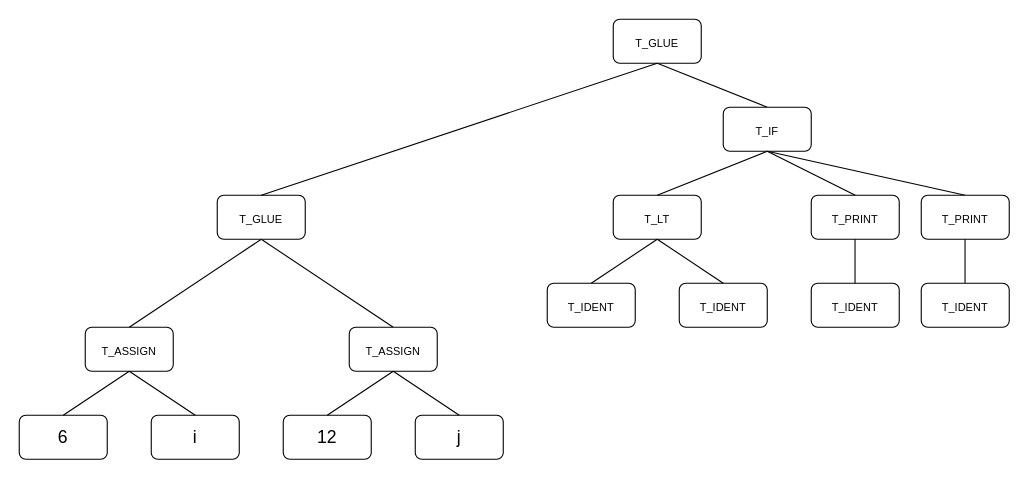
Above: acwj.drawio in stanwon/diagrams (draw.io), before the change. Source tidied: cells renumbered, new cells numbered last; positions are measured from the earlier drawing's top-left corner, leaving out a move shared by most shapes. Both pictures are drawn from the tidied source at 110%, with x=0, y=0 at pixel (19, 19).
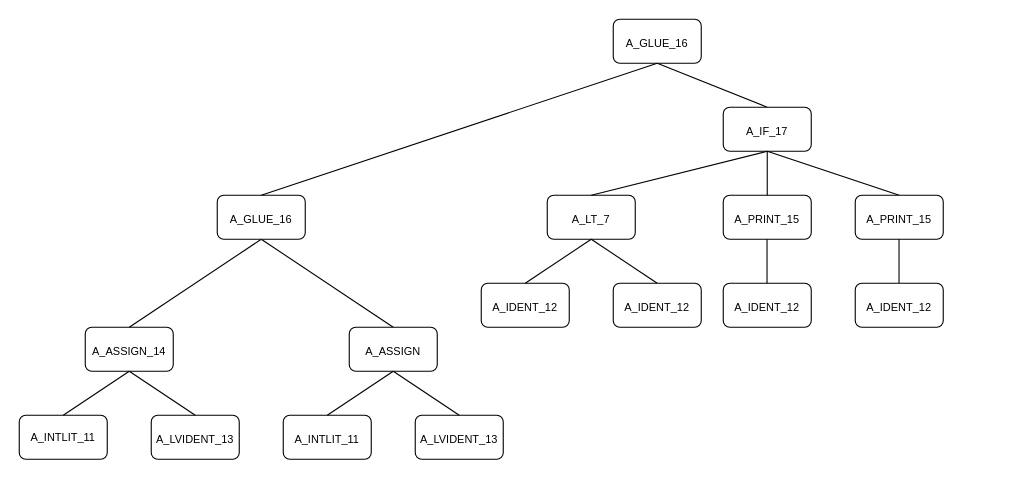
The same page after the edit.

What changed in the source:
```diff
@@
-    <mxCell id="2" value="6" style="rounded=1;whiteSpace=wrap;html=1;fontSize=16;" parent="1" vertex="1">
+    <mxCell id="2" value="A_INTLIT_11" style="rounded=1;whiteSpace=wrap;html=1;fontSize=10;align=center;verticalAlign=middle;" parent="1" vertex="1">
       <mxGeometry y="360" width="80" height="40" as="geometry" />
     </mxCell>
-    <mxCell id="3" value="i" style="rounded=1;whiteSpace=wrap;html=1;fontSize=16;" parent="1" vertex="1">
+    <mxCell id="3" value="&lt;font style=&quot;font-size: 10px;&quot;&gt;A_LVIDENT_13&lt;/font&gt;" style="rounded=1;whiteSpace=wrap;html=1;fontSize=16;align=center;" parent="1" vertex="1">
       <mxGeometry x="120" y="360" width="80" height="40" as="geometry" />
     </mxCell>
-    <mxCell id="4" value="&lt;font style=&quot;font-size: 10px;&quot;&gt;T_ASSIGN&lt;/font&gt;" style="rounded=1;whiteSpace=wrap;html=1;fontSize=16;" parent="1" vertex="1">
+    <mxCell id="4" value="&lt;font style=&quot;font-size: 10px;&quot;&gt;A_ASSIGN_14&lt;/font&gt;" style="rounded=1;whiteSpace=wrap;html=1;fontSize=16;" parent="1" vertex="1">
       <mxGeometry x="60" y="280" width="80" height="40" as="geometry" />
     </mxCell>
-    <mxCell id="5" style="endArrow=none;html=1;rounded=0;fontSize=12;startSize=8;endSize=8;edgeStyle=none;curved=1;entryX=0.5;entryY=0;entryDx=0;entryDy=0;exitX=0.5;exitY=1;exitDx=0;exitDy=0;" parent="1" edge="1" source="4" target="3">
+    <mxCell id="5" style="endArrow=none;html=1;rounded=1;fontSize=12;startSize=8;endSize=8;edgeStyle=none;curved=1;entryX=0.5;entryY=0;entryDx=0;entryDy=0;exitX=0.5;exitY=1;exitDx=0;exitDy=0;" parent="1" edge="1" source="4" target="3">
       <mxGeometry relative="1" as="geometry" />
     </mxCell>
-    <mxCell id="6" style="endArrow=none;html=1;rounded=0;fontSize=12;startSize=8;endSize=8;edgeStyle=none;curved=1;entryX=0.5;entryY=1;entryDx=0;entryDy=0;" parent="1" edge="1" target="10">
+    <mxCell id="6" style="endArrow=none;html=1;rounded=1;fontSize=12;startSize=8;endSize=8;edgeStyle=none;curved=1;entryX=0.5;entryY=1;entryDx=0;entryDy=0;" parent="1" edge="1" target="10">
       <mxGeometry relative="1" as="geometry">
         <mxPoint x="100" y="280" as="sourcePoint" />
       </mxGeometry>
     </mxCell>
-    <mxCell id="7" value="12" style="rounded=1;whiteSpace=wrap;html=1;fontSize=16;" parent="1" vertex="1">
+    <mxCell id="7" value="&lt;font style=&quot;font-size: 10px;&quot;&gt;A_INTLIT_11&lt;/font&gt;" style="rounded=1;whiteSpace=wrap;html=1;fontSize=16;" parent="1" vertex="1">
       <mxGeometry x="240" y="360" width="80" height="40" as="geometry" />
     </mxCell>
-    <mxCell id="8" style="endArrow=none;html=1;rounded=0;fontSize=12;startSize=8;endSize=8;edgeStyle=none;curved=1;entryX=0.5;entryY=0;entryDx=0;entryDy=0;" parent="1" edge="1">
+    <mxCell id="8" style="endArrow=none;html=1;rounded=1;fontSize=12;startSize=8;endSize=8;edgeStyle=none;curved=1;entryX=0.5;entryY=0;entryDx=0;entryDy=0;" parent="1" edge="1">
       <mxGeometry relative="1" as="geometry">
         <mxPoint x="220" y="200" as="sourcePoint" />
         <mxPoint x="340" y="280" as="targetPoint" />
       </mxGeometry>
     </mxCell>
-    <mxCell id="9" style="endArrow=none;html=1;rounded=0;fontSize=12;startSize=8;endSize=8;edgeStyle=none;curved=1;exitX=0.5;exitY=0;exitDx=0;exitDy=0;" parent="1" edge="1" source="2">
+    <mxCell id="9" style="endArrow=none;html=1;rounded=1;fontSize=12;startSize=8;endSize=8;edgeStyle=none;curved=1;exitX=0.5;exitY=0;exitDx=0;exitDy=0;" parent="1" edge="1" source="2">
       <mxGeometry relative="1" as="geometry">
         <mxPoint x="100" y="320" as="targetPoint" />
       </mxGeometry>
     </mxCell>
-    <mxCell id="10" value="&lt;span style=&quot;font-size: 10px;&quot;&gt;T_GLUE&lt;/span&gt;" style="rounded=1;whiteSpace=wrap;html=1;fontSize=16;" parent="1" vertex="1">
+    <mxCell id="10" value="&lt;span style=&quot;font-size: 10px;&quot;&gt;A_GLUE_16&lt;/span&gt;" style="rounded=1;whiteSpace=wrap;html=1;fontSize=16;" parent="1" vertex="1">
       <mxGeometry x="180" y="160" width="80" height="40" as="geometry" />
     </mxCell>
-    <mxCell id="11" value="&lt;font style=&quot;font-size: 10px;&quot;&gt;T_ASSIGN&lt;/font&gt;" style="rounded=1;whiteSpace=wrap;html=1;fontSize=16;" parent="1" vertex="1">
+    <mxCell id="11" value="&lt;font style=&quot;font-size: 10px;&quot;&gt;A_ASSIGN&lt;/font&gt;" style="rounded=1;whiteSpace=wrap;html=1;fontSize=16;" parent="1" vertex="1">
       <mxGeometry x="300" y="280" width="80" height="40" as="geometry" />
     </mxCell>
-    <mxCell id="12" style="endArrow=none;html=1;rounded=0;fontSize=12;startSize=8;endSize=8;edgeStyle=none;curved=1;exitX=0.5;exitY=0;exitDx=0;exitDy=0;" parent="1" edge="1">
+    <mxCell id="12" style="endArrow=none;html=1;rounded=1;fontSize=12;startSize=8;endSize=8;edgeStyle=none;curved=1;exitX=0.5;exitY=0;exitDx=0;exitDy=0;" parent="1" edge="1">
       <mxGeometry relative="1" as="geometry">
         <mxPoint x="280" y="360" as="sourcePoint" />
         <mxPoint x="340" y="320" as="targetPoint" />
       </mxGeometry>
     </mxCell>
-    <mxCell id="13" value="j" style="rounded=1;whiteSpace=wrap;html=1;fontSize=16;" parent="1" vertex="1">
+    <mxCell id="13" value="&lt;font style=&quot;font-size: 10px;&quot;&gt;A_LVIDENT_13&lt;/font&gt;" style="rounded=1;whiteSpace=wrap;html=1;fontSize=16;" parent="1" vertex="1">
       <mxGeometry x="360" y="360" width="80" height="40" as="geometry" />
     </mxCell>
-    <mxCell id="14" style="endArrow=none;html=1;rounded=0;fontSize=12;startSize=8;endSize=8;edgeStyle=none;curved=1;entryX=0.5;entryY=0;entryDx=0;entryDy=0;exitX=0.5;exitY=1;exitDx=0;exitDy=0;" parent="1" edge="1">
+    <mxCell id="14" style="endArrow=none;html=1;rounded=1;fontSize=12;startSize=8;endSize=8;edgeStyle=none;curved=1;entryX=0.5;entryY=0;entryDx=0;entryDy=0;exitX=0.5;exitY=1;exitDx=0;exitDy=0;" parent="1" edge="1">
       <mxGeometry relative="1" as="geometry">
         <mxPoint x="340" y="320" as="sourcePoint" />
         <mxPoint x="400" y="360" as="targetPoint" />
       </mxGeometry>
     </mxCell>
-    <mxCell id="15" value="&lt;span style=&quot;font-size: 10px;&quot;&gt;T_GLUE&lt;/span&gt;" style="rounded=1;whiteSpace=wrap;html=1;fontSize=16;" parent="1" vertex="1">
+    <mxCell id="15" value="&lt;span style=&quot;font-size: 10px;&quot;&gt;A_GLUE_16&lt;/span&gt;" style="rounded=1;whiteSpace=wrap;html=1;fontSize=16;" parent="1" vertex="1">
       <mxGeometry x="540" width="80" height="40" as="geometry" />
     </mxCell>
-    <mxCell id="16" style="endArrow=none;html=1;rounded=0;fontSize=12;startSize=8;endSize=8;edgeStyle=none;curved=1;entryX=0.5;entryY=1;entryDx=0;entryDy=0;exitX=0.5;exitY=0;exitDx=0;exitDy=0;" parent="1" edge="1" source="10" target="15">
+    <mxCell id="16" style="endArrow=none;html=1;rounded=1;fontSize=12;startSize=8;endSize=8;edgeStyle=none;curved=1;entryX=0.5;entryY=1;entryDx=0;entryDy=0;exitX=0.5;exitY=0;exitDx=0;exitDy=0;" parent="1" edge="1" source="10" target="15">
       <mxGeometry relative="1" as="geometry" />
     </mxCell>
-    <mxCell id="17" style="endArrow=none;html=1;rounded=0;fontSize=12;startSize=8;endSize=8;edgeStyle=none;curved=1;entryX=0.5;entryY=0;entryDx=0;entryDy=0;exitX=0.5;exitY=1;exitDx=0;exitDy=0;" parent="1" edge="1" source="15" target="18">
+    <mxCell id="17" style="endArrow=none;html=1;rounded=1;fontSize=12;startSize=8;endSize=8;edgeStyle=none;curved=1;entryX=0.5;entryY=0;entryDx=0;entryDy=0;exitX=0.5;exitY=1;exitDx=0;exitDy=0;" parent="1" edge="1" source="15" target="18">
       <mxGeometry relative="1" as="geometry" />
     </mxCell>
-    <mxCell id="18" value="&lt;span style=&quot;font-size: 10px;&quot;&gt;T_IF&lt;/span&gt;" style="rounded=1;whiteSpace=wrap;html=1;fontSize=16;" parent="1" vertex="1">
+    <mxCell id="18" value="&lt;span style=&quot;font-size: 10px;&quot;&gt;A_IF_17&lt;/span&gt;" style="rounded=1;whiteSpace=wrap;html=1;fontSize=16;" parent="1" vertex="1">
       <mxGeometry x="640" y="80" width="80" height="40" as="geometry" />
     </mxCell>
-    <mxCell id="19" value="&lt;span style=&quot;font-size: 10px;&quot;&gt;T_LT&lt;/span&gt;" style="rounded=1;whiteSpace=wrap;html=1;fontSize=16;" parent="1" vertex="1">
-      <mxGeometry x="540" y="160" width="80" height="40" as="geometry" />
+    <mxCell id="19" value="&lt;span style=&quot;font-size: 10px;&quot;&gt;A_LT_7&lt;/span&gt;" style="rounded=1;whiteSpace=wrap;html=1;fontSize=16;" parent="1" vertex="1">
+      <mxGeometry x="480" y="160" width="80" height="40" as="geometry" />
     </mxCell>
-    <mxCell id="20" value="&lt;font style=&quot;font-size: 10px;&quot;&gt;T_PRINT&lt;/font&gt;" style="rounded=1;whiteSpace=wrap;html=1;fontSize=16;" parent="1" vertex="1">
-      <mxGeometry x="720" y="160" width="80" height="40" as="geometry" />
+    <mxCell id="20" value="&lt;font style=&quot;font-size: 10px;&quot;&gt;A_PRINT_15&lt;/font&gt;" style="rounded=1;whiteSpace=wrap;html=1;fontSize=16;" parent="1" vertex="1">
+      <mxGeometry x="640" y="160" width="80" height="40" as="geometry" />
     </mxCell>
-    <mxCell id="21" style="endArrow=none;html=1;rounded=0;fontSize=12;startSize=8;endSize=8;edgeStyle=none;curved=1;entryX=0.5;entryY=1;entryDx=0;entryDy=0;exitX=0.5;exitY=0;exitDx=0;exitDy=0;" parent="1" edge="1" source="19">
+    <mxCell id="21" style="endArrow=none;html=1;rounded=1;fontSize=12;startSize=8;endSize=8;edgeStyle=none;curved=1;entryX=0.5;entryY=1;entryDx=0;entryDy=0;exitX=0.5;exitY=0;exitDx=0;exitDy=0;" parent="1" edge="1" source="19">
       <mxGeometry relative="1" as="geometry">
         <mxPoint x="680" y="120" as="targetPoint" />
       </mxGeometry>
     </mxCell>
-    <mxCell id="22" style="endArrow=none;html=1;rounded=0;fontSize=12;startSize=8;endSize=8;edgeStyle=none;curved=1;exitX=0.5;exitY=0;exitDx=0;exitDy=0;" parent="1" edge="1" source="20">
+    <mxCell id="22" style="endArrow=none;html=1;rounded=1;fontSize=12;startSize=8;endSize=8;edgeStyle=none;curved=1;exitX=0.5;exitY=0;exitDx=0;exitDy=0;" parent="1" edge="1" source="20">
       <mxGeometry relative="1" as="geometry">
         <mxPoint x="680" y="120" as="targetPoint" />
       </mxGeometry>
     </mxCell>
-    <mxCell id="23" style="endArrow=none;html=1;rounded=0;fontSize=12;startSize=8;endSize=8;edgeStyle=none;curved=1;entryX=0.5;entryY=1;entryDx=0;entryDy=0;exitX=0.5;exitY=0;exitDx=0;exitDy=0;" parent="1" edge="1" source="26" target="18">
+    <mxCell id="23" style="endArrow=none;html=1;rounded=1;fontSize=12;startSize=8;endSize=8;edgeStyle=none;curved=1;entryX=0.5;entryY=1;entryDx=0;entryDy=0;exitX=0.5;exitY=0;exitDx=0;exitDy=0;" parent="1" edge="1" source="26" target="18">
       <mxGeometry relative="1" as="geometry" />
     </mxCell>
-    <mxCell id="24" value="&lt;font style=&quot;font-size: 10px;&quot;&gt;T_IDENT&lt;/font&gt;" style="rounded=1;whiteSpace=wrap;html=1;fontSize=16;" parent="1" vertex="1">
-      <mxGeometry x="720" y="240" width="80" height="40" as="geometry" />
+    <mxCell id="24" value="&lt;font style=&quot;font-size: 10px;&quot;&gt;A_IDENT_12&lt;/font&gt;" style="rounded=1;whiteSpace=wrap;html=1;fontSize=16;" parent="1" vertex="1">
+      <mxGeometry x="640" y="240" width="80" height="40" as="geometry" />
     </mxCell>
-    <mxCell id="25" style="endArrow=none;html=1;rounded=0;fontSize=12;startSize=8;endSize=8;edgeStyle=none;curved=1;" parent="1" edge="1">
+    <mxCell id="25" style="endArrow=none;html=1;rounded=1;fontSize=12;startSize=8;endSize=8;edgeStyle=none;curved=1;" parent="1" edge="1">
       <mxGeometry relative="1" as="geometry">
-        <mxPoint x="759.8" y="240" as="sourcePoint" />
-        <mxPoint x="759.8" y="200" as="targetPoint" />
+        <mxPoint x="679.8" y="240" as="sourcePoint" />
+        <mxPoint x="679.8" y="200" as="targetPoint" />
       </mxGeometry>
     </mxCell>
-    <mxCell id="26" value="&lt;font style=&quot;font-size: 10px;&quot;&gt;T_PRINT&lt;/font&gt;" style="rounded=1;whiteSpace=wrap;html=1;fontSize=16;" parent="1" vertex="1">
-      <mxGeometry x="820" y="160" width="80" height="40" as="geometry" />
+    <mxCell id="26" value="&lt;font style=&quot;font-size: 10px;&quot;&gt;A_PRINT_15&lt;/font&gt;" style="rounded=1;whiteSpace=wrap;html=1;fontSize=16;" parent="1" vertex="1">
+      <mxGeometry x="760" y="160" width="80" height="40" as="geometry" />
     </mxCell>
-    <mxCell id="27" style="endArrow=none;html=1;rounded=0;fontSize=12;startSize=8;endSize=8;edgeStyle=none;curved=1;" parent="1" edge="1">
+    <mxCell id="27" style="endArrow=none;html=1;rounded=1;fontSize=12;startSize=8;endSize=8;edgeStyle=none;curved=1;" parent="1" edge="1">
       <mxGeometry relative="1" as="geometry">
-        <mxPoint x="859.8" y="240" as="sourcePoint" />
-        <mxPoint x="859.8" y="200" as="targetPoint" />
+        <mxPoint x="799.8" y="240" as="sourcePoint" />
+        <mxPoint x="799.8" y="200" as="targetPoint" />
       </mxGeometry>
     </mxCell>
-    <mxCell id="28" value="&lt;font style=&quot;font-size: 10px;&quot;&gt;T_IDENT&lt;/font&gt;" style="rounded=1;whiteSpace=wrap;html=1;fontSize=16;" parent="1" vertex="1">
-      <mxGeometry x="820" y="240" width="80" height="40" as="geometry" />
+    <mxCell id="28" value="&lt;font style=&quot;font-size: 10px;&quot;&gt;A_IDENT_12&lt;/font&gt;" style="rounded=1;whiteSpace=wrap;html=1;fontSize=16;" parent="1" vertex="1">
+      <mxGeometry x="760" y="240" width="80" height="40" as="geometry" />
     </mxCell>
-    <mxCell id="29" value="&lt;font style=&quot;font-size: 10px;&quot;&gt;T_IDENT&lt;/font&gt;" style="rounded=1;whiteSpace=wrap;html=1;fontSize=16;" parent="1" vertex="1">
-      <mxGeometry x="480" y="240" width="80" height="40" as="geometry" />
+    <mxCell id="29" value="&lt;font style=&quot;font-size: 10px;&quot;&gt;A_IDENT_12&lt;/font&gt;" style="rounded=1;whiteSpace=wrap;html=1;fontSize=16;" parent="1" vertex="1">
+      <mxGeometry x="420" y="240" width="80" height="40" as="geometry" />
     </mxCell>
-    <mxCell id="30" value="&lt;font style=&quot;font-size: 10px;&quot;&gt;T_IDENT&lt;/font&gt;" style="rounded=1;whiteSpace=wrap;html=1;fontSize=16;" parent="1" vertex="1">
-      <mxGeometry x="600" y="240" width="80" height="40" as="geometry" />
+    <mxCell id="30" value="&lt;font style=&quot;font-size: 10px;&quot;&gt;A_IDENT_12&lt;/font&gt;" style="rounded=1;whiteSpace=wrap;html=1;fontSize=16;" parent="1" vertex="1">
+      <mxGeometry x="540" y="240" width="80" height="40" as="geometry" />
     </mxCell>
-    <mxCell id="31" style="endArrow=none;html=1;rounded=0;fontSize=12;startSize=8;endSize=8;edgeStyle=none;curved=1;exitX=0.5;exitY=0;exitDx=0;exitDy=0;" parent="1" edge="1">
+    <mxCell id="31" style="endArrow=none;html=1;rounded=1;fontSize=12;startSize=8;endSize=8;edgeStyle=none;curved=1;exitX=0.5;exitY=0;exitDx=0;exitDy=0;" parent="1" edge="1">
       <mxGeometry relative="1" as="geometry">
-        <mxPoint x="520" y="240" as="sourcePoint" />
-        <mxPoint x="580" y="200" as="targetPoint" />
+        <mxPoint x="460" y="240" as="sourcePoint" />
+        <mxPoint x="520" y="200" as="targetPoint" />
       </mxGeometry>
     </mxCell>
-    <mxCell id="32" style="endArrow=none;html=1;rounded=0;fontSize=12;startSize=8;endSize=8;edgeStyle=none;curved=1;entryX=0.5;entryY=0;entryDx=0;entryDy=0;exitX=0.5;exitY=1;exitDx=0;exitDy=0;" parent="1" edge="1">
+    <mxCell id="32" style="endArrow=none;html=1;rounded=1;fontSize=12;startSize=8;endSize=8;edgeStyle=none;curved=1;entryX=0.5;entryY=0;entryDx=0;entryDy=0;exitX=0.5;exitY=1;exitDx=0;exitDy=0;" parent="1" edge="1">
       <mxGeometry relative="1" as="geometry">
-        <mxPoint x="580" y="200" as="sourcePoint" />
-        <mxPoint x="640" y="240" as="targetPoint" />
+        <mxPoint x="520" y="200" as="sourcePoint" />
+        <mxPoint x="580" y="240" as="targetPoint" />
       </mxGeometry>
     </mxCell>
```
